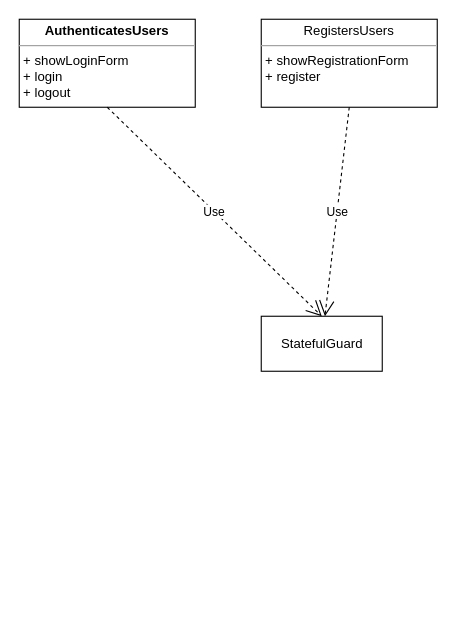
Above: laravel-auth.drawio in zhchenxin/flow (draw.io), before the change. Source tidied: cells renumbered, new cells numbered last; positions are measured from the earlier drawing's top-left corner, leaving out a move shared by most shapes. Both pictures are drawn from the tidied source at 110%, with x=0, y=0 at pixel (19, 19).
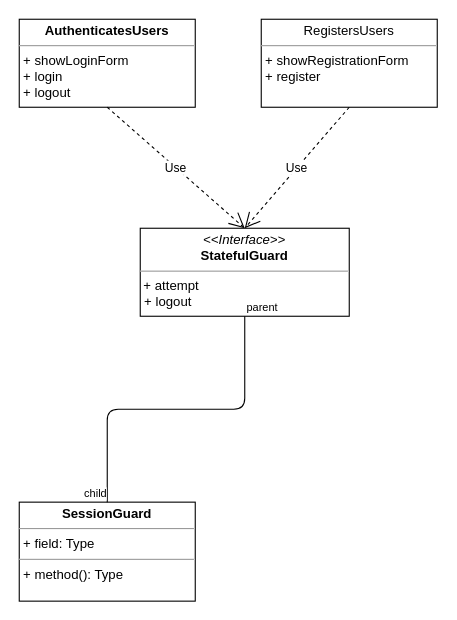
The same diagram, later.

Change to the diagram source:
```diff
@@
 <mxGraphModel>
   <root>
     <mxCell id="0" />
     <mxCell id="1" parent="0" />
     <mxCell id="2" value="&lt;p style=&quot;margin: 0px ; margin-top: 4px ; text-align: center&quot;&gt;&lt;b&gt;AuthenticatesUsers&lt;/b&gt;&lt;/p&gt;&lt;hr size=&quot;1&quot;&gt;&lt;p style=&quot;margin: 0px ; margin-left: 4px&quot;&gt;+ showLoginForm&lt;/p&gt;&lt;p style=&quot;margin: 0px ; margin-left: 4px&quot;&gt;+&amp;nbsp;login&lt;/p&gt;&lt;p style=&quot;margin: 0px ; margin-left: 4px&quot;&gt;+&amp;nbsp;logout&lt;/p&gt;" style="verticalAlign=top;align=left;overflow=fill;fontSize=12;fontFamily=Helvetica;html=1;" parent="1" vertex="1">
       <mxGeometry width="160" height="80" as="geometry" />
     </mxCell>
-    <mxCell id="3" value="StatefulGuard" style="html=1;" parent="1" vertex="1">
-      <mxGeometry x="220" y="270" width="110" height="50" as="geometry" />
-    </mxCell>
-    <mxCell id="4" value="Use" style="endArrow=open;endSize=12;dashed=1;html=1;entryX=0.5;entryY=0;entryDx=0;entryDy=0;exitX=0.5;exitY=1;exitDx=0;exitDy=0;" parent="1" edge="1" source="2" target="3">
+    <mxCell id="4" value="Use" style="endArrow=open;endSize=12;dashed=1;html=1;entryX=0.5;entryY=0;entryDx=0;entryDy=0;exitX=0.5;exitY=1;exitDx=0;exitDy=0;" parent="1" edge="1" source="2" target="7">
       <mxGeometry relative="1" as="geometry" />
     </mxCell>
     <mxCell id="5" value="&lt;p style=&quot;margin: 0px ; margin-top: 4px ; text-align: center&quot;&gt;RegistersUsers&lt;br&gt;&lt;/p&gt;&lt;hr size=&quot;1&quot;&gt;&lt;p style=&quot;margin: 0px ; margin-left: 4px&quot;&gt;+ showRegistrationForm&lt;/p&gt;&lt;p style=&quot;margin: 0px ; margin-left: 4px&quot;&gt;+&amp;nbsp;register&lt;/p&gt;" style="verticalAlign=top;align=left;overflow=fill;fontSize=12;fontFamily=Helvetica;html=1;" parent="1" vertex="1">
       <mxGeometry x="220" width="160" height="80" as="geometry" />
     </mxCell>
-    <mxCell id="6" value="Use" style="endArrow=open;endSize=12;dashed=1;html=1;exitX=0.5;exitY=1;exitDx=0;exitDy=0;" parent="1" edge="1" source="5" target="3">
+    <mxCell id="6" value="Use" style="endArrow=open;endSize=12;dashed=1;html=1;exitX=0.5;exitY=1;exitDx=0;exitDy=0;entryX=0.5;entryY=0;entryDx=0;entryDy=0;" parent="1" edge="1" source="5" target="7">
       <mxGeometry relative="1" as="geometry" />
     </mxCell>
+    <mxCell id="7" value="&lt;p style=&quot;margin: 0px ; margin-top: 4px ; text-align: center&quot;&gt;&lt;i&gt;&amp;lt;&amp;lt;Interface&amp;gt;&amp;gt;&lt;/i&gt;&lt;br&gt;&lt;b&gt;StatefulGuard&lt;/b&gt;&lt;br&gt;&lt;/p&gt;&lt;hr size=&quot;1&quot;&gt;&lt;p style=&quot;margin: 0px ; margin-left: 4px&quot;&gt;&lt;/p&gt;&amp;nbsp;+ attempt&lt;p style=&quot;margin: 0px ; margin-left: 4px&quot;&gt;+ logout&lt;/p&gt;" style="verticalAlign=top;align=left;overflow=fill;fontSize=12;fontFamily=Helvetica;html=1;" parent="1" vertex="1">
+      <mxGeometry x="110" y="190" width="190" height="80" as="geometry" />
+    </mxCell>
+    <mxCell id="8" value="&lt;p style=&quot;margin: 0px ; margin-top: 4px ; text-align: center&quot;&gt;&lt;b&gt;SessionGuard&lt;/b&gt;&lt;/p&gt;&lt;hr size=&quot;1&quot;&gt;&lt;p style=&quot;margin: 0px ; margin-left: 4px&quot;&gt;+ field: Type&lt;/p&gt;&lt;hr size=&quot;1&quot;&gt;&lt;p style=&quot;margin: 0px ; margin-left: 4px&quot;&gt;+ method(): Type&lt;/p&gt;" style="verticalAlign=top;align=left;overflow=fill;fontSize=12;fontFamily=Helvetica;html=1;" parent="1" vertex="1">
+      <mxGeometry y="439" width="160" height="90" as="geometry" />
+    </mxCell>
+    <mxCell id="9" style="endArrow=none;html=1;edgeStyle=orthogonalEdgeStyle;exitX=0.5;exitY=1;exitDx=0;exitDy=0;" parent="1" edge="1" source="7" target="8">
+      <mxGeometry relative="1" as="geometry" />
+    </mxCell>
+    <mxCell id="10" value="parent" style="html=1;align=left;verticalAlign=bottom;labelBackgroundColor=#ffffff;fontSize=10;" parent="9" vertex="1">
+      <mxGeometry x="-1" relative="1" as="geometry" />
+    </mxCell>
+    <mxCell id="11" value="child" style="html=1;align=right;verticalAlign=bottom;labelBackgroundColor=#ffffff;fontSize=10;" parent="9" vertex="1">
+      <mxGeometry x="1" relative="1" as="geometry" />
+    </mxCell>
   </root>
 </mxGraphModel>
```
